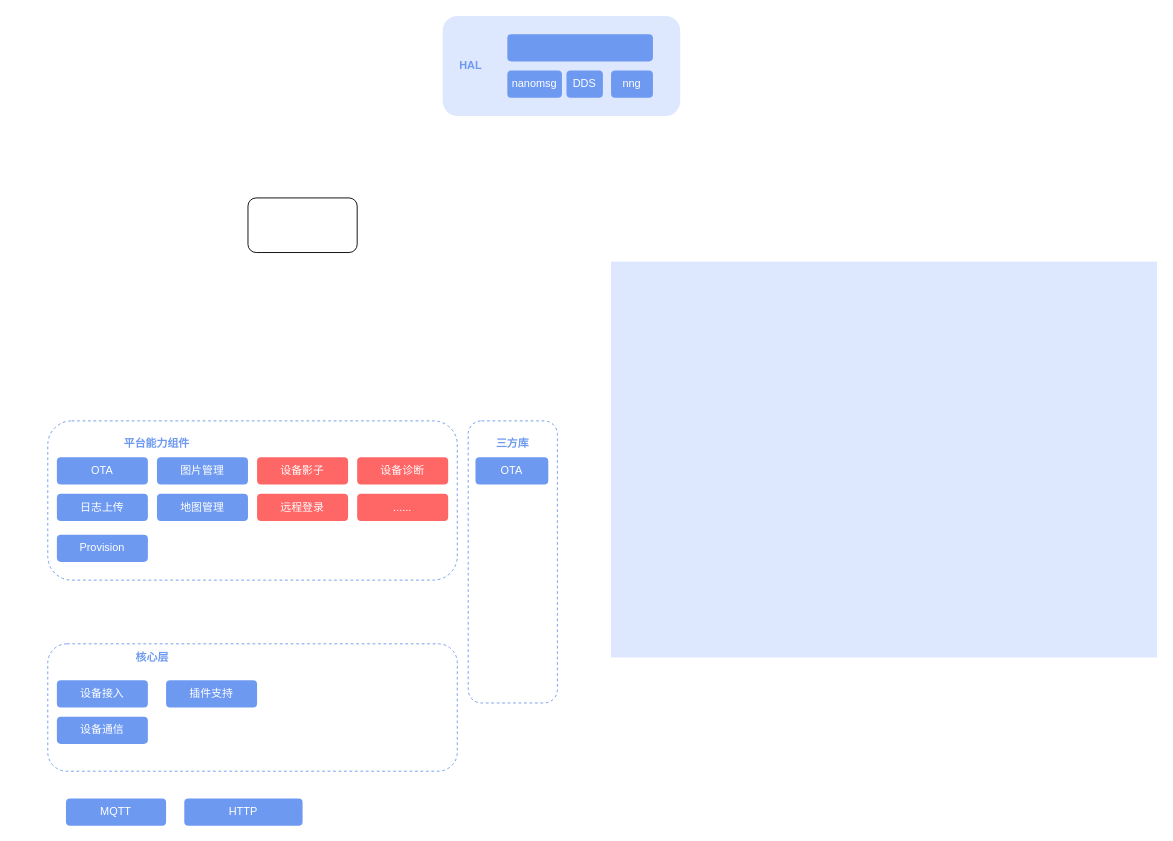
Before: 割草机IOT SDK架构.drawio in xunzhaoxusanduo/1-drawio, a draw.io diagram. Source tidied: cells renumbered, new cells numbered last; positions are measured from the earlier drawing's top-left corner, leaving out a move shared by most shapes. Both pictures are drawn from the tidied source at 91%, with x=0, y=0 at pixel (47, 15).
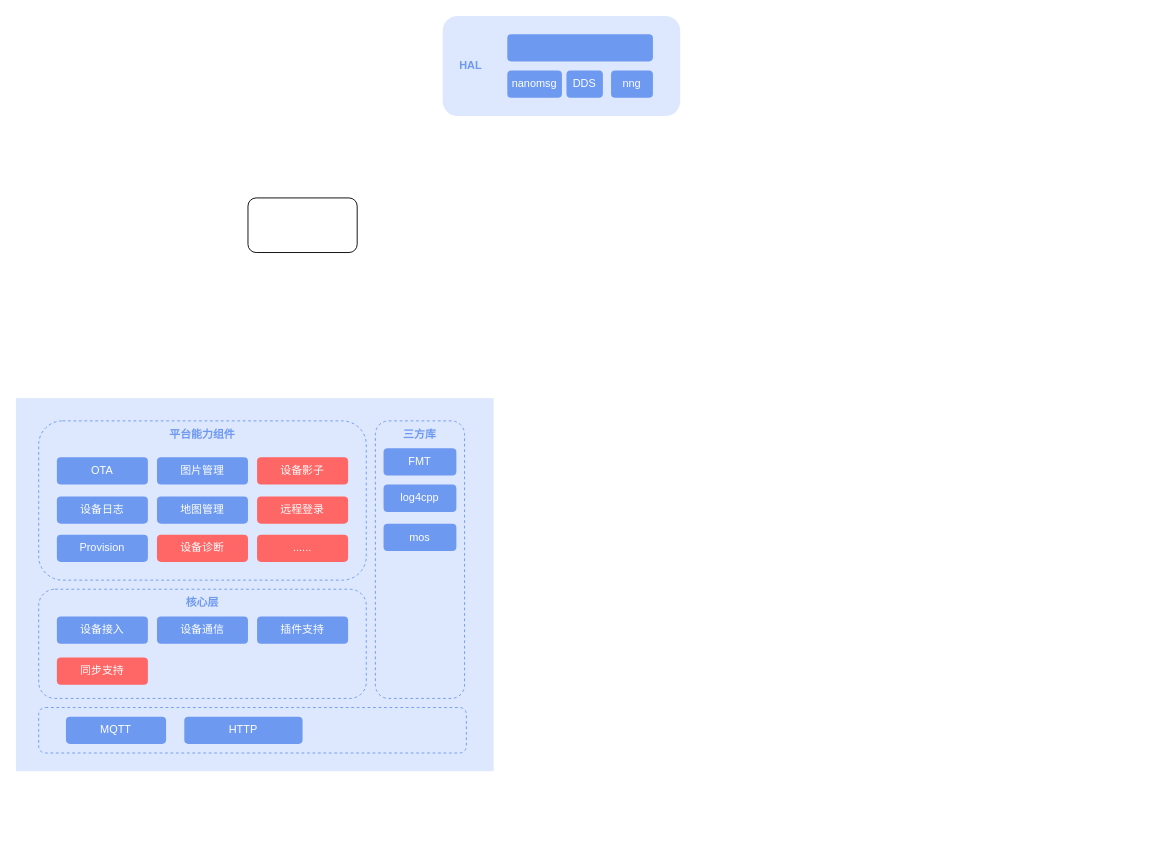
After the change.

Commit message (it also covers changes not shown here):
更新割草机IOT SDK架构.drawio

What changed in the source:
```diff
@@
     <mxCell id="8" style="rounded=0;whiteSpace=wrap;html=1;fillColor=#dde7fd;strokeColor=none;glass=0;shadow=0;" parent="1" vertex="1">
-      <mxGeometry x="619" y="270" width="600" height="435" as="geometry" />
+      <mxGeometry x="-35" y="420" width="525" height="410" as="geometry" />
     </mxCell>
     <mxCell id="9" value="MQTT" style="rounded=1;whiteSpace=wrap;html=1;strokeColor=none;fillColor=#6d99f1;fontColor=#ffffff;" parent="1" vertex="1">
-      <mxGeometry x="20" y="860" width="110" height="30" as="geometry" />
+      <mxGeometry x="20" y="770" width="110" height="30" as="geometry" />
     </mxCell>
     <mxCell id="10" value="HTTP" style="rounded=1;whiteSpace=wrap;html=1;strokeColor=none;fillColor=#6d99f1;fontColor=#ffffff;" parent="1" vertex="1">
-      <mxGeometry x="150" y="860" width="130" height="30" as="geometry" />
+      <mxGeometry x="150" y="770" width="130" height="30" as="geometry" />
     </mxCell>
     <mxCell id="11" style="rounded=1;whiteSpace=wrap;html=1;fillColor=none;dashed=1;strokeColor=#6d99f1;" parent="1" vertex="1">
-      <mxGeometry y="690" width="450" height="140" as="geometry" />
+      <mxGeometry x="-10" y="630" width="360" height="120" as="geometry" />
     </mxCell>
     <mxCell id="12" value="核心层" style="text;html=1;strokeColor=none;fillColor=none;align=center;verticalAlign=middle;whiteSpace=wrap;rounded=0;fontColor=#6d99f1;fontStyle=1;" parent="1" vertex="1">
-      <mxGeometry x="80" y="690" width="70" height="30" as="geometry" />
+      <mxGeometry x="135" y="630" width="70" height="30" as="geometry" />
     </mxCell>
     <mxCell id="13" style="rounded=1;whiteSpace=wrap;html=1;fillColor=none;dashed=1;strokeColor=#6d99f1;" parent="1" vertex="1">
-      <mxGeometry y="445" width="450" height="175" as="geometry" />
+      <mxGeometry x="-10" y="445" width="360" height="175" as="geometry" />
     </mxCell>
     <mxCell id="14" value="平台能力组件" style="text;html=1;strokeColor=none;fillColor=none;align=center;verticalAlign=middle;whiteSpace=wrap;rounded=0;fontColor=#6d99f1;fontStyle=1;" parent="1" vertex="1">
-      <mxGeometry x="80" y="455" width="80" height="30" as="geometry" />
+      <mxGeometry x="130" y="445" width="80" height="30" as="geometry" />
     </mxCell>
-    <mxCell id="15" value="日志上传" style="rounded=1;whiteSpace=wrap;html=1;strokeColor=none;fillColor=#6d99f1;fontColor=#ffffff;" parent="1" vertex="1">
-      <mxGeometry x="10" y="525" width="100" height="30" as="geometry" />
+    <mxCell id="15" value="设备日志" style="rounded=1;whiteSpace=wrap;html=1;strokeColor=none;fillColor=#6d99f1;fontColor=#ffffff;" parent="1" vertex="1">
+      <mxGeometry x="10" y="528" width="100" height="30" as="geometry" />
     </mxCell>
@@
     <mxCell id="19" value="远程登录" style="rounded=1;whiteSpace=wrap;html=1;strokeColor=none;fillColor=#FF6666;fontColor=#ffffff;" parent="1" vertex="1">
-      <mxGeometry x="230" y="525" width="100" height="30" as="geometry" />
+      <mxGeometry x="230" y="528" width="100" height="30" as="geometry" />
     </mxCell>
     <mxCell id="20" value="设备诊断" style="rounded=1;whiteSpace=wrap;html=1;strokeColor=none;fillColor=#FF6666;fontColor=#ffffff;" parent="1" vertex="1">
-      <mxGeometry x="340" y="485" width="100" height="30" as="geometry" />
+      <mxGeometry x="120" y="570" width="100" height="30" as="geometry" />
     </mxCell>
@@
     <mxCell id="22" value="地图管理" style="rounded=1;whiteSpace=wrap;html=1;strokeColor=none;fillColor=#6d99f1;fontColor=#ffffff;" parent="1" vertex="1">
-      <mxGeometry x="120" y="525" width="100" height="30" as="geometry" />
+      <mxGeometry x="120" y="528" width="100" height="30" as="geometry" />
     </mxCell>
     <mxCell id="23" value="设备接入" style="rounded=1;whiteSpace=wrap;html=1;strokeColor=none;fillColor=#6d99f1;fontColor=#ffffff;" parent="1" vertex="1">
-      <mxGeometry x="10" y="730" width="100" height="30" as="geometry" />
+      <mxGeometry x="10" y="660" width="100" height="30" as="geometry" />
     </mxCell>
     <mxCell id="24" value="设备通信" style="rounded=1;whiteSpace=wrap;html=1;strokeColor=none;fillColor=#6d99f1;fontColor=#ffffff;" parent="1" vertex="1">
-      <mxGeometry x="10" y="770" width="100" height="30" as="geometry" />
+      <mxGeometry x="120" y="660" width="100" height="30" as="geometry" />
     </mxCell>
     <mxCell id="25" value="插件支持" style="rounded=1;whiteSpace=wrap;html=1;strokeColor=none;fillColor=#6d99f1;fontColor=#ffffff;" parent="1" vertex="1">
-      <mxGeometry x="130" y="730" width="100" height="30" as="geometry" />
+      <mxGeometry x="230" y="660" width="100" height="30" as="geometry" />
     </mxCell>
     <mxCell id="26" value="......" style="rounded=1;whiteSpace=wrap;html=1;strokeColor=none;fillColor=#FF6666;fontColor=#ffffff;" parent="1" vertex="1">
-      <mxGeometry x="340" y="525" width="100" height="30" as="geometry" />
+      <mxGeometry x="230" y="570" width="100" height="30" as="geometry" />
     </mxCell>
     <mxCell id="27" style="rounded=1;whiteSpace=wrap;html=1;fillColor=none;dashed=1;strokeColor=#6d99f1;" parent="1" vertex="1">
-      <mxGeometry x="462" y="445" width="98" height="310" as="geometry" />
+      <mxGeometry x="360" y="445" width="98" height="305" as="geometry" />
     </mxCell>
     <mxCell id="28" value="三方库" style="text;html=1;strokeColor=none;fillColor=none;align=center;verticalAlign=middle;whiteSpace=wrap;rounded=0;fontColor=#6d99f1;fontStyle=1;" parent="1" vertex="1">
-      <mxGeometry x="471" y="455" width="80" height="30" as="geometry" />
+      <mxGeometry x="369" y="445" width="80" height="30" as="geometry" />
     </mxCell>
-    <mxCell id="29" value="OTA" style="rounded=1;whiteSpace=wrap;html=1;strokeColor=none;fillColor=#6d99f1;fontColor=#ffffff;" parent="1" vertex="1">
-      <mxGeometry x="470" y="485" width="80" height="30" as="geometry" />
+    <mxCell id="29" value="FMT" style="rounded=1;whiteSpace=wrap;html=1;strokeColor=none;fillColor=#6d99f1;fontColor=#ffffff;" parent="1" vertex="1">
+      <mxGeometry x="369" y="475" width="80" height="30" as="geometry" />
     </mxCell>
@@
+    <mxCell id="31" value="同步支持" style="rounded=1;whiteSpace=wrap;html=1;strokeColor=none;fillColor=#FF6666;fontColor=#ffffff;" parent="1" vertex="1">
+      <mxGeometry x="10" y="705" width="100" height="30" as="geometry" />
+    </mxCell>
+    <mxCell id="32" value="log4cpp" style="rounded=1;whiteSpace=wrap;html=1;strokeColor=none;fillColor=#6d99f1;fontColor=#ffffff;" parent="1" vertex="1">
+      <mxGeometry x="369" y="515" width="80" height="30" as="geometry" />
+    </mxCell>
+    <mxCell id="33" value="mos" style="rounded=1;whiteSpace=wrap;html=1;strokeColor=none;fillColor=#6d99f1;fontColor=#ffffff;" parent="1" vertex="1">
+      <mxGeometry x="369" y="558" width="80" height="30" as="geometry" />
+    </mxCell>
+    <mxCell id="34" style="rounded=1;whiteSpace=wrap;html=1;fillColor=none;dashed=1;strokeColor=#6d99f1;" parent="1" vertex="1">
+      <mxGeometry x="-10" y="760" width="470" height="50" as="geometry" />
+    </mxCell>
```
